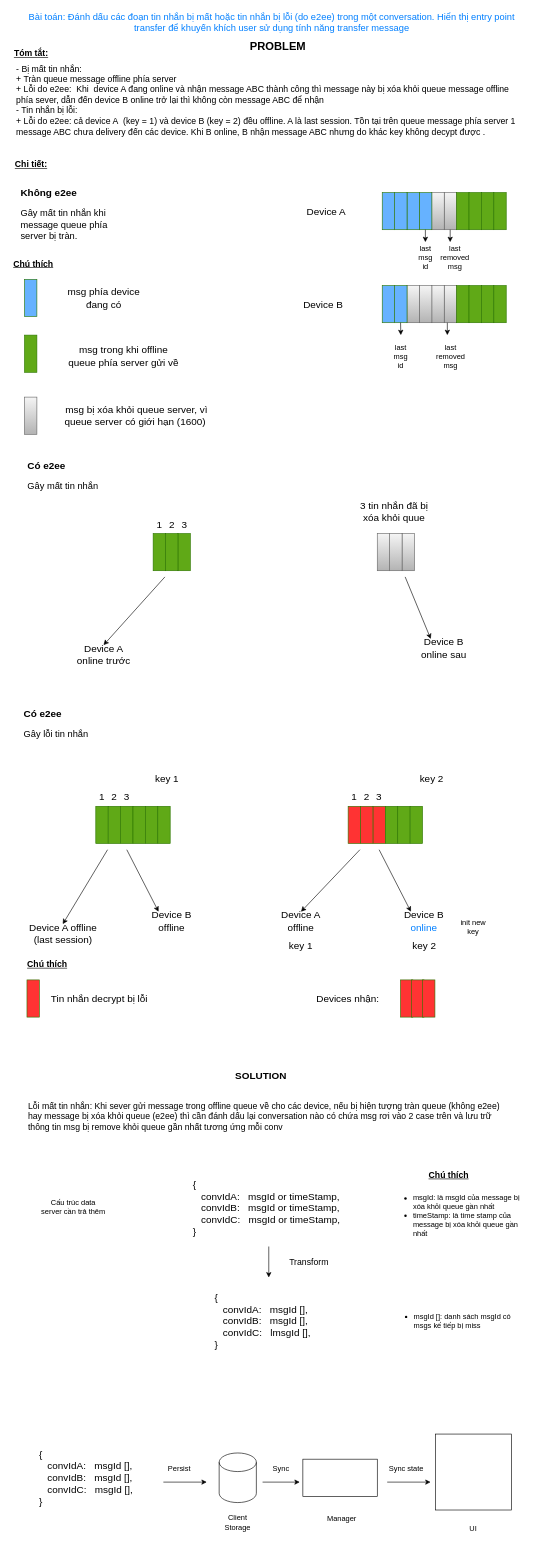
buingoctai/Documents keeps this draw.io diagram as Untitled Diagram.drawio. Above is the earlier version. Source tidied: cells renumbered, new cells numbered last; positions are measured from the earlier drawing's top-left corner, leaving out a move shared by most shapes. Both pictures are drawn from the tidied source at 62%, with x=0, y=0 at pixel (11, 12).
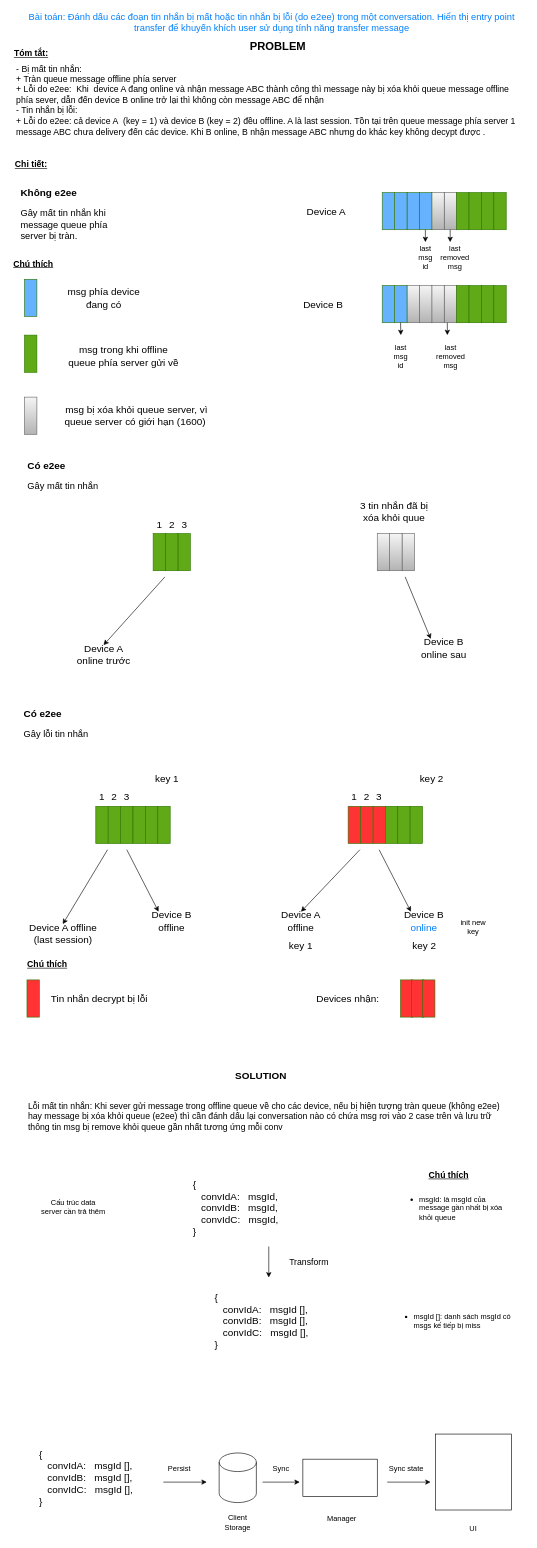
The same diagram, later.

The edit, as a diff of the source:
```diff
@@
-    <mxCell id="97" value="{&lt;br&gt;&lt;span style=&quot;&quot;&gt;&lt;/span&gt;&amp;nbsp; &amp;nbsp;convIdA:&amp;nbsp; &amp;nbsp;msgId or timeStamp,&lt;br&gt;&amp;nbsp; &amp;nbsp;convIdB:&amp;nbsp; &amp;nbsp;msgId or timeStamp,&lt;br&gt;&amp;nbsp; &amp;nbsp;convIdC:&amp;nbsp; &amp;nbsp;msgId or timeStamp,&lt;br&gt;}" style="text;html=1;strokeColor=none;fillColor=none;align=left;verticalAlign=middle;whiteSpace=wrap;rounded=0;fontSize=16;fontColor=#000000;" parent="1" vertex="1">
+    <mxCell id="97" value="{&lt;br&gt;&lt;span style=&quot;&quot;&gt;&lt;/span&gt;&amp;nbsp; &amp;nbsp;convIdA:&amp;nbsp; &amp;nbsp;msgId,&lt;br&gt;&amp;nbsp; &amp;nbsp;convIdB:&amp;nbsp; &amp;nbsp;msgId,&lt;br&gt;&amp;nbsp; &amp;nbsp;convIdC:&amp;nbsp; &amp;nbsp;msgId,&lt;br&gt;}" style="text;html=1;strokeColor=none;fillColor=none;align=left;verticalAlign=middle;whiteSpace=wrap;rounded=0;fontSize=16;fontColor=#000000;" parent="1" vertex="1">
       <mxGeometry x="292" y="1875" width="272" height="105" as="geometry" />
     </mxCell>
@@
-    <mxCell id="102" value="&lt;ul&gt;&lt;li&gt;msgId: là msgId của message bị xóa khỏi queue gần nhất&lt;/li&gt;&lt;li&gt;&lt;span style=&quot;background-color: initial;&quot;&gt;timeStamp: là time stamp của message bị xóa khỏi queue gần nhất&lt;/span&gt;&lt;/li&gt;&lt;/ul&gt;" style="text;html=1;strokeColor=none;fillColor=none;align=left;verticalAlign=middle;whiteSpace=wrap;rounded=0;fontSize=12;fontColor=#000000;perimeterSpacing=1;" parent="1" vertex="1">
-      <mxGeometry x="607" y="1900" width="220.5" height="80" as="geometry" />
+    <mxCell id="102" value="&lt;ul&gt;&lt;li&gt;msgId: là msgId của message gần nhất bị xóa khỏi queue&lt;/li&gt;&lt;/ul&gt;" style="text;html=1;strokeColor=none;fillColor=none;align=left;verticalAlign=middle;whiteSpace=wrap;rounded=0;fontSize=12;fontColor=#000000;perimeterSpacing=1;" parent="1" vertex="1">
+      <mxGeometry x="617" y="1892.5" width="199" height="70" as="geometry" />
     </mxCell>
@@
-    <mxCell id="104" value="{&lt;br&gt;&lt;span style=&quot;&quot;&gt;&lt;/span&gt;&amp;nbsp; &amp;nbsp;convIdA:&amp;nbsp; &amp;nbsp;msgId [],&lt;br&gt;&amp;nbsp; &amp;nbsp;convIdB:&amp;nbsp; &amp;nbsp;msgId [],&lt;br&gt;&amp;nbsp; &amp;nbsp;convIdC:&amp;nbsp; &amp;nbsp;lmsgId [],&lt;br&gt;}" style="text;html=1;strokeColor=none;fillColor=none;align=left;verticalAlign=middle;whiteSpace=wrap;rounded=0;fontSize=16;fontColor=#000000;" parent="1" vertex="1">
+    <mxCell id="104" value="{&lt;br&gt;&lt;span style=&quot;&quot;&gt;&lt;/span&gt;&amp;nbsp; &amp;nbsp;convIdA:&amp;nbsp; &amp;nbsp;msgId [],&lt;br&gt;&amp;nbsp; &amp;nbsp;convIdB:&amp;nbsp; &amp;nbsp;msgId [],&lt;br&gt;&amp;nbsp; &amp;nbsp;convIdC:&amp;nbsp; &amp;nbsp;msgId [],&lt;br&gt;}" style="text;html=1;strokeColor=none;fillColor=none;align=left;verticalAlign=middle;whiteSpace=wrap;rounded=0;fontSize=16;fontColor=#000000;" parent="1" vertex="1">
       <mxGeometry x="326.5" y="2057.5" width="179" height="105" as="geometry" />
     </mxCell>
```
